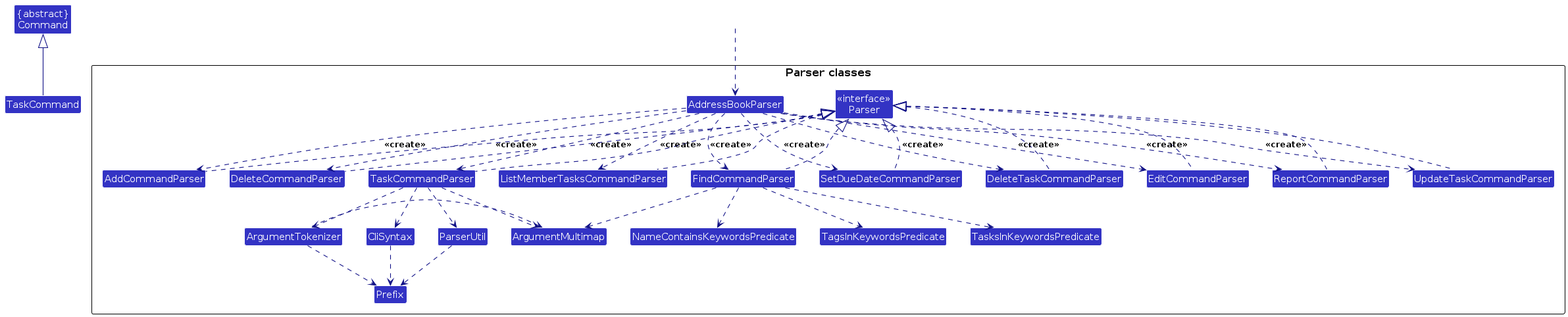
This is diagrams/ParserClasses.png from bkkuan/tp, a PlantUML export, as it was before one commit. Its source is kept beside it as diagrams/ParserClasses.puml.
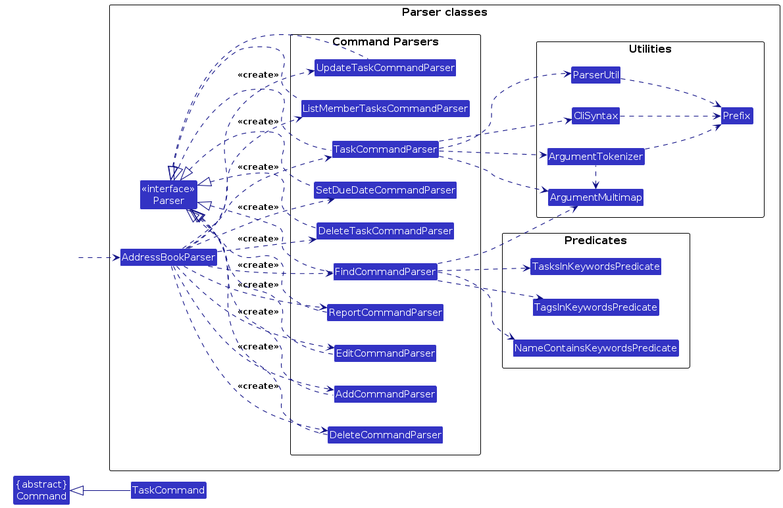
After the commit.

Diff of the diagram source:
```diff
@@ -1,5 +1,6 @@
 @startuml
 !include style.puml
+left to right direction
 skinparam arrowThickness 1.1
 skinparam arrowColor LOGIC_COLOR_T4
 skinparam classBackgroundColor LOGIC_COLOR
@@ -12,26 +13,33 @@
 
   Class "<<interface>>\nParser" as Parser
   Class AddressBookParser
-  Class AddCommandParser
-  Class DeleteCommandParser
-  Class DeleteTaskCommandParser
-  Class EditCommandParser
-  Class FindCommandParser
-  Class ListMemberTasksCommandParser
-  Class ReportCommandParser
-  Class SetDueDateCommandParser
-  Class TaskCommandParser
-  Class UpdateTaskCommandParser
 
-  Class CliSyntax
-  Class ParserUtil
-  Class ArgumentMultimap
-  Class ArgumentTokenizer
-  Class Prefix
+  package "Command Parsers" {
+    Class AddCommandParser
+    Class DeleteCommandParser
+    Class DeleteTaskCommandParser
+    Class EditCommandParser
+    Class FindCommandParser
+    Class ListMemberTasksCommandParser
+    Class ReportCommandParser
+    Class SetDueDateCommandParser
+    Class TaskCommandParser
+    Class UpdateTaskCommandParser
+  }
 
-  Class NameContainsKeywordsPredicate
-  Class TagsInKeywordsPredicate
-  Class TasksInKeywordsPredicate
+  package "Utilities" {
+    Class CliSyntax
+    Class ParserUtil
+    Class ArgumentMultimap
+    Class ArgumentTokenizer
+    Class Prefix
+  }
+
+  package "Predicates" {
+    Class NameContainsKeywordsPredicate
+    Class TagsInKeywordsPredicate
+    Class TasksInKeywordsPredicate
+  }
 }
 
 AddCommandParser .up.|> Parser
```
